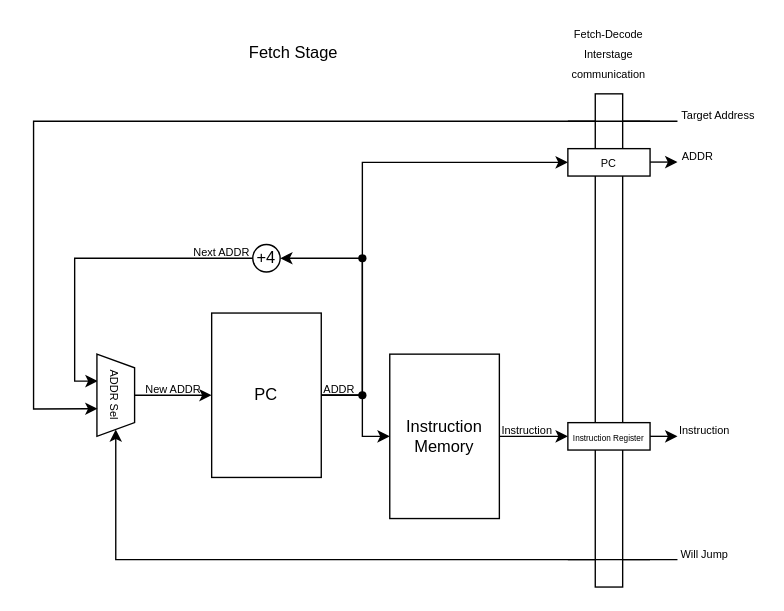
This is page "Fetch stage" (2 of 6) of docs/imgs/microarchitecture/datapath.drawio from WachirawichN/C0-CPU, a draw.io file, before an edit. Source tidied: cells renumbered, new cells numbered last; positions are measured from the earlier drawing's top-left corner, leaving out a move shared by most shapes. Both pictures are drawn from the tidied source at 137%, with x=0, y=0 at pixel (33, 25).
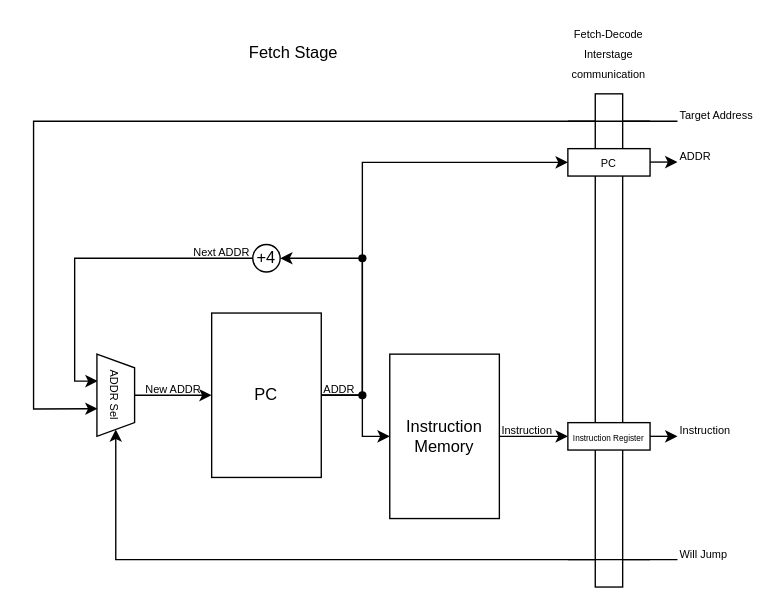
The same diagram, later.

The edit, as a diff of the source:
```diff
@@
-    <mxCell id="3" value="&lt;font style=&quot;font-size: 8px;&quot;&gt;Target Address&lt;/font&gt;" style="text;html=1;whiteSpace=wrap;strokeColor=none;fillColor=none;align=center;verticalAlign=middle;rounded=0;" parent="1" vertex="1">
+    <mxCell id="3" value="&lt;font style=&quot;font-size: 8px;&quot;&gt;Target Address&lt;/font&gt;" style="text;html=1;whiteSpace=wrap;strokeColor=none;fillColor=none;align=left;verticalAlign=middle;rounded=0;" parent="1" vertex="1">
       <mxGeometry x="470" y="60" width="60" height="10" as="geometry" />
     </mxCell>
-    <mxCell id="4" value="&lt;font style=&quot;font-size: 8px;&quot;&gt;Instruction&lt;/font&gt;" style="text;html=1;whiteSpace=wrap;strokeColor=none;fillColor=none;align=center;verticalAlign=middle;rounded=0;" parent="1" vertex="1">
+    <mxCell id="4" value="&lt;font style=&quot;font-size: 8px;&quot;&gt;Instruction&lt;/font&gt;" style="text;html=1;whiteSpace=wrap;strokeColor=none;fillColor=none;align=left;verticalAlign=middle;rounded=0;" parent="1" vertex="1">
       <mxGeometry x="470" y="290" width="40" height="10" as="geometry" />
     </mxCell>
@@
-    <mxCell id="20" value="&lt;font style=&quot;font-size: 8px;&quot;&gt;ADDR&lt;/font&gt;" style="text;html=1;whiteSpace=wrap;strokeColor=none;fillColor=none;align=center;verticalAlign=middle;rounded=0;" parent="1" vertex="1">
+    <mxCell id="20" value="&lt;font style=&quot;font-size: 8px;&quot;&gt;ADDR&lt;/font&gt;" style="text;html=1;whiteSpace=wrap;strokeColor=none;fillColor=none;align=left;verticalAlign=middle;rounded=0;" parent="1" vertex="1">
       <mxGeometry x="470" y="90" width="30" height="10" as="geometry" />
     </mxCell>
@@
-    <mxCell id="22" value="&lt;font style=&quot;font-size: 8px;&quot;&gt;Will Jump&lt;/font&gt;" style="text;html=1;whiteSpace=wrap;strokeColor=none;fillColor=none;align=center;verticalAlign=middle;rounded=0;" parent="1" vertex="1">
+    <mxCell id="22" value="&lt;font style=&quot;font-size: 8px;&quot;&gt;Will Jump&lt;/font&gt;" style="text;html=1;whiteSpace=wrap;strokeColor=none;fillColor=none;align=left;verticalAlign=middle;rounded=0;" parent="1" vertex="1">
       <mxGeometry x="470" y="380" width="40" height="10" as="geometry" />
     </mxCell>
```
